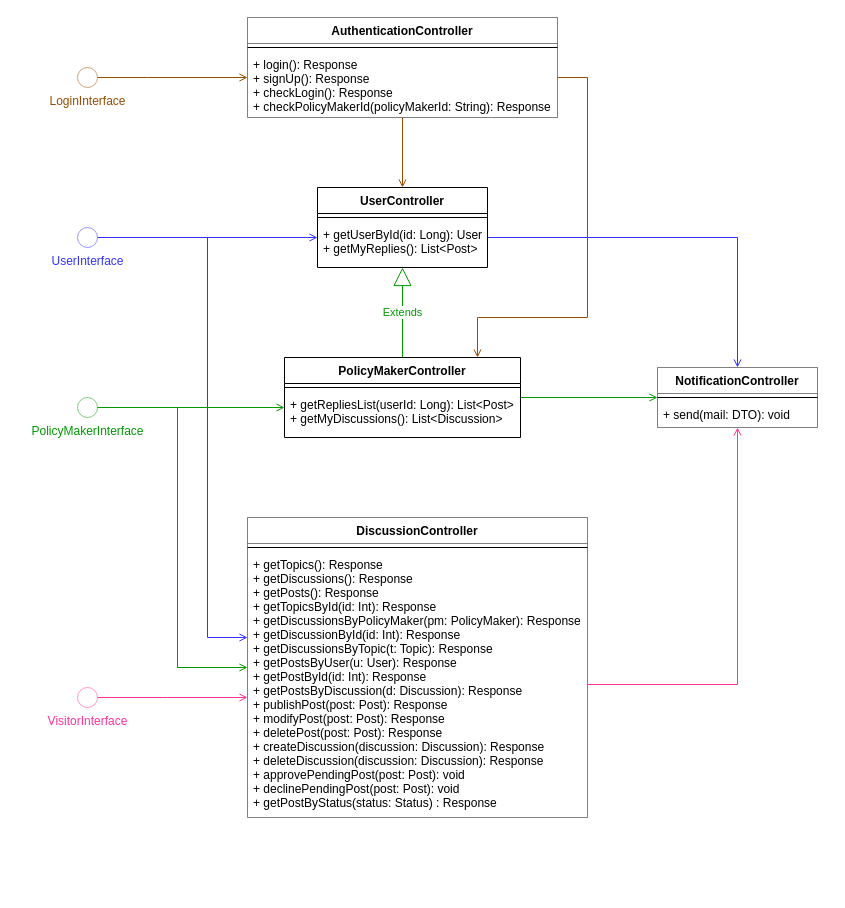
matteovisotto/SE2-CecchettoSirianiVisotto keeps this draw.io diagram as page "ComponentInterfaces" (1 of 2) of DD Diagrams/ComponentInterfaces.drawio. Above is the earlier version. Source tidied: cells renumbered, new cells numbered last; positions are measured from the earlier drawing's top-left corner, leaving out a move shared by most shapes. Both pictures are drawn from the tidied source at 100%, with x=0, y=0 at pixel (77, 17).
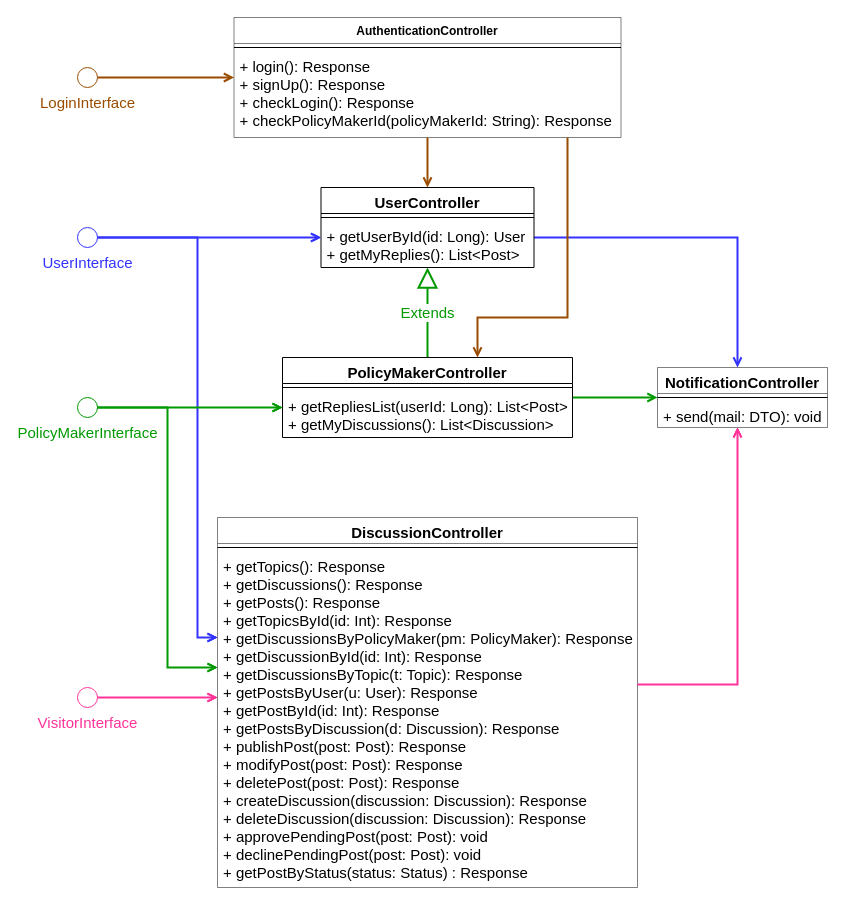
The same page after the edit.

What changed in the source:
```diff
@@
     <mxCell id="3" style="edgeStyle=orthogonalEdgeStyle;rounded=0;jettySize=auto;html=1;exitX=1;exitY=0.5;exitDx=0;exitDy=0;exitPerimeter=0;endArrow=open;endFill=0;strokeColor=#3333FF;" parent="1" edge="1" source="4" target="18">
       <mxGeometry relative="1" as="geometry">
         <Array as="points">
-          <mxPoint x="130" y="220" />
-          <mxPoint x="130" y="620" />
+          <mxPoint x="120" y="220" />
+          <mxPoint x="120" y="620" />
         </Array>
       </mxGeometry>
     </mxCell>
-    <mxCell id="4" value="&lt;font color=&quot;#3333ff&quot;&gt;UserInterface&lt;/font&gt;" style="verticalLabelPosition=bottom;verticalAlign=top;html=1;shape=mxgraph.flowchart.on-page_reference;strokeWidth=0.5;strokeColor=#3333FF;" parent="1" vertex="1">
+    <mxCell id="4" value="&lt;font color=&quot;#3333ff&quot; style=&quot;font-size: 15px&quot;&gt;UserInterface&lt;/font&gt;" style="verticalLabelPosition=bottom;verticalAlign=top;html=1;shape=mxgraph.flowchart.on-page_reference;strokeWidth=1;strokeColor=#3333FF;" parent="1" vertex="1">
       <mxGeometry y="210" width="20" height="20" as="geometry" />
     </mxCell>
@@
     <mxCell id="6" style="edgeStyle=orthogonalEdgeStyle;rounded=0;jettySize=auto;html=1;exitX=1;exitY=0.5;exitDx=0;exitDy=0;exitPerimeter=0;endArrow=open;endFill=0;strokeColor=#009900;" parent="1" edge="1" source="7" target="18">
       <mxGeometry relative="1" as="geometry">
         <Array as="points">
-          <mxPoint x="100" y="390" />
-          <mxPoint x="100" y="650" />
+          <mxPoint x="90" y="390" />
+          <mxPoint x="90" y="650" />
         </Array>
       </mxGeometry>
     </mxCell>
-    <mxCell id="7" value="&lt;font color=&quot;#009900&quot;&gt;PolicyMakerInterface&lt;/font&gt;" style="verticalLabelPosition=bottom;verticalAlign=top;html=1;shape=mxgraph.flowchart.on-page_reference;strokeWidth=0.5;strokeColor=#009900;" parent="1" vertex="1">
+    <mxCell id="7" value="&lt;font color=&quot;#009900&quot; style=&quot;font-size: 15px&quot;&gt;PolicyMakerInterface&lt;/font&gt;" style="verticalLabelPosition=bottom;verticalAlign=top;html=1;shape=mxgraph.flowchart.on-page_reference;strokeWidth=1;strokeColor=#009900;" parent="1" vertex="1">
       <mxGeometry y="380" width="20" height="20" as="geometry" />
     </mxCell>
-    <mxCell id="8" style="edgeStyle=orthogonalEdgeStyle;rounded=0;jettySize=auto;html=1;exitX=1;exitY=0.5;exitDx=0;exitDy=0;exitPerimeter=0;endArrow=open;endFill=0;strokeColor=#994C00;" parent="1" edge="1" source="9" target="21">
+    <mxCell id="8" style="edgeStyle=orthogonalEdgeStyle;rounded=0;jettySize=auto;html=1;exitX=1;exitY=0.5;exitDx=0;exitDy=0;exitPerimeter=0;endArrow=open;endFill=0;strokeColor=#994C00;strokeWidth=2;" parent="1" edge="1" source="9" target="21">
       <mxGeometry relative="1" as="geometry">
         <Array as="points">
           <mxPoint x="70" y="60" />
           <mxPoint x="70" y="60" />
         </Array>
       </mxGeometry>
     </mxCell>
-    <mxCell id="9" value="&lt;font color=&quot;#994c00&quot;&gt;LoginInterface&lt;/font&gt;" style="verticalLabelPosition=bottom;verticalAlign=top;html=1;shape=mxgraph.flowchart.on-page_reference;strokeWidth=0.5;strokeColor=#994C00;" parent="1" vertex="1">
+    <mxCell id="9" value="&lt;font color=&quot;#994c00&quot; style=&quot;font-size: 15px&quot;&gt;LoginInterface&lt;/font&gt;" style="verticalLabelPosition=bottom;verticalAlign=top;html=1;shape=mxgraph.flowchart.on-page_reference;strokeWidth=1;strokeColor=#994C00;" parent="1" vertex="1">
       <mxGeometry y="50" width="20" height="20" as="geometry" />
     </mxCell>
-    <mxCell id="10" style="edgeStyle=orthogonalEdgeStyle;rounded=0;jettySize=auto;html=1;endArrow=open;endFill=0;strokeColor=#3333FF;" parent="1" edge="1" source="26" target="11">
+    <mxCell id="10" style="edgeStyle=orthogonalEdgeStyle;rounded=0;jettySize=auto;html=1;endArrow=open;endFill=0;strokeColor=#3333FF;strokeWidth=2;" parent="1" edge="1" source="26" target="11">
       <mxGeometry relative="1" as="geometry">
         <Array as="points">
           <mxPoint x="660" y="220" />
         </Array>
       </mxGeometry>
     </mxCell>
-    <mxCell id="11" value="NotificationController" style="swimlane;fontStyle=1;align=center;verticalAlign=top;horizontal=1;startSize=26;strokeWidth=0.5;" parent="1" vertex="1">
-      <mxGeometry x="580" y="350" width="160" height="60" as="geometry" />
+    <mxCell id="11" value="NotificationController" style="swimlane;fontStyle=1;align=center;verticalAlign=top;horizontal=1;startSize=26;strokeWidth=0.5;fontSize=15;" parent="1" vertex="1">
+      <mxGeometry x="580" y="350" width="170" height="60" as="geometry" />
     </mxCell>
     <mxCell id="12" style="line;strokeWidth=1;fillColor=none;align=left;verticalAlign=middle;spacingTop=-1;spacingLeft=3;spacingRight=3;labelPosition=right;" parent="11" vertex="1">
-      <mxGeometry y="26" width="160" height="8" as="geometry" />
+      <mxGeometry y="26" width="170" height="8" as="geometry" />
     </mxCell>
-    <mxCell id="13" value="+ send(mail: DTO): void" style="text;strokeColor=none;fillColor=none;align=left;verticalAlign=top;spacingLeft=4;spacingRight=4;overflow=hidden;" parent="11" vertex="1">
-      <mxGeometry y="34" width="160" height="26" as="geometry" />
+    <mxCell id="13" value="+ send(mail: DTO): void" style="text;strokeColor=none;fillColor=none;align=left;verticalAlign=top;spacingLeft=4;spacingRight=4;overflow=hidden;fontSize=15;" parent="11" vertex="1">
+      <mxGeometry y="34" width="170" height="26" as="geometry" />
     </mxCell>
-    <mxCell id="14" value="&lt;font color=&quot;#009900&quot;&gt;Extends&lt;/font&gt;" style="endArrow=block;endSize=16;endFill=0;html=1;rounded=0;strokeColor=#009900;" parent="1" edge="1" source="29" target="26">
+    <mxCell id="14" value="&lt;font color=&quot;#009900&quot; style=&quot;font-size: 15px&quot;&gt;Extends&lt;/font&gt;" style="endArrow=block;endSize=16;endFill=0;html=1;rounded=0;strokeColor=#009900;strokeWidth=2;" parent="1" edge="1" source="29" target="26">
       <mxGeometry relative="1" as="geometry" />
     </mxCell>
-    <mxCell id="15" style="edgeStyle=orthogonalEdgeStyle;rounded=0;jettySize=auto;html=1;endArrow=open;endFill=0;strokeColor=#009900;" parent="1" edge="1" source="29" target="11">
+    <mxCell id="15" style="edgeStyle=orthogonalEdgeStyle;rounded=0;jettySize=auto;html=1;endArrow=open;endFill=0;strokeColor=#009900;strokeWidth=2;" parent="1" edge="1" source="29" target="11">
       <mxGeometry relative="1" as="geometry">
         <Array as="points">
           <mxPoint x="620" y="390" />
           <mxPoint x="620" y="390" />
         </Array>
       </mxGeometry>
     </mxCell>
-    <mxCell id="16" value="DiscussionController" style="swimlane;fontStyle=1;align=center;verticalAlign=top;horizontal=1;startSize=26;strokeWidth=0.5;" parent="1" vertex="1">
-      <mxGeometry x="170" y="500" width="340" height="300" as="geometry" />
+    <mxCell id="16" value="DiscussionController" style="swimlane;fontStyle=1;align=center;verticalAlign=top;horizontal=1;startSize=26;strokeWidth=0.5;fontSize=15;" parent="1" vertex="1">
+      <mxGeometry x="140" y="500" width="420" height="370" as="geometry" />
     </mxCell>
     <mxCell id="17" style="line;strokeWidth=1;fillColor=none;align=left;verticalAlign=middle;spacingTop=-1;spacingLeft=3;spacingRight=3;labelPosition=right;" parent="16" vertex="1">
-      <mxGeometry y="26" width="340" height="8" as="geometry" />
+      <mxGeometry y="26" width="420" height="8" as="geometry" />
     </mxCell>
-    <mxCell id="18" value="+ getTopics(): Response&#10;+ getDiscussions(): Response&#10;+ getPosts(): Response&#10;+ getTopicsById(id: Int): Response&#10;+ getDiscussionsByPolicyMaker(pm: PolicyMaker): Response&#10;+ getDiscussionById(id: Int): Response&#10;+ getDiscussionsByTopic(t: Topic): Response&#10;+ getPostsByUser(u: User): Response&#10;+ getPostById(id: Int): Response&#10;+ getPostsByDiscussion(d: Discussion): Response&#10;+ publishPost(post: Post): Response&#10;+ modifyPost(post: Post): Response&#10;+ deletePost(post: Post): Response&#10;+ createDiscussion(discussion: Discussion): Response&#10;+ deleteDiscussion(discussion: Discussion): Response&#10;+ approvePendingPost(post: Post): void&#10;+ declinePendingPost(post: Post): void&#10;+ getPostByStatus(status: Status) : Response" style="text;strokeColor=none;fillColor=none;align=left;verticalAlign=top;spacingLeft=4;spacingRight=4;overflow=hidden;points=[[0,0.5],[1,0.5]];portConstraint=eastwest;" parent="16" vertex="1">
-      <mxGeometry y="34" width="340" height="266" as="geometry" />
+    <mxCell id="18" value="+ getTopics(): Response&#10;+ getDiscussions(): Response&#10;+ getPosts(): Response&#10;+ getTopicsById(id: Int): Response&#10;+ getDiscussionsByPolicyMaker(pm: PolicyMaker): Response&#10;+ getDiscussionById(id: Int): Response&#10;+ getDiscussionsByTopic(t: Topic): Response&#10;+ getPostsByUser(u: User): Response&#10;+ getPostById(id: Int): Response&#10;+ getPostsByDiscussion(d: Discussion): Response&#10;+ publishPost(post: Post): Response&#10;+ modifyPost(post: Post): Response&#10;+ deletePost(post: Post): Response&#10;+ createDiscussion(discussion: Discussion): Response&#10;+ deleteDiscussion(discussion: Discussion): Response&#10;+ approvePendingPost(post: Post): void&#10;+ declinePendingPost(post: Post): void&#10;+ getPostByStatus(status: Status) : Response" style="text;strokeColor=none;fillColor=none;align=left;verticalAlign=top;spacingLeft=4;spacingRight=4;overflow=hidden;points=[[0,0.5],[1,0.5]];portConstraint=eastwest;fontSize=15;" parent="16" vertex="1">
+      <mxGeometry y="34" width="420" height="336" as="geometry" />
     </mxCell>
@@
-    <mxCell id="20" value="&lt;font color=&quot;#ff3399&quot;&gt;VisitorInterface&lt;/font&gt;" style="verticalLabelPosition=bottom;verticalAlign=top;html=1;shape=mxgraph.flowchart.on-page_reference;strokeWidth=0.5;strokeColor=#FF3399;" parent="1" vertex="1">
+    <mxCell id="20" value="&lt;font color=&quot;#ff3399&quot; style=&quot;font-size: 15px&quot;&gt;VisitorInterface&lt;/font&gt;" style="verticalLabelPosition=bottom;verticalAlign=top;html=1;shape=mxgraph.flowchart.on-page_reference;strokeWidth=1;strokeColor=#FF3399;" parent="1" vertex="1">
       <mxGeometry y="670" width="20" height="20" as="geometry" />
     </mxCell>
     <mxCell id="21" value="AuthenticationController" style="swimlane;fontStyle=1;align=center;verticalAlign=top;horizontal=1;startSize=26;strokeWidth=0.5;" parent="1" vertex="1">
-      <mxGeometry x="170" width="310" height="100" as="geometry" />
+      <mxGeometry x="156.5" width="387" height="120" as="geometry" />
     </mxCell>
     <mxCell id="22" style="line;strokeWidth=1;fillColor=none;align=left;verticalAlign=middle;spacingTop=-1;spacingLeft=3;spacingRight=3;labelPosition=right;" parent="21" vertex="1">
-      <mxGeometry y="26" width="310" height="8" as="geometry" />
+      <mxGeometry y="26" width="387" height="8" as="geometry" />
     </mxCell>
-    <mxCell id="23" value="+ login(): Response&#10;+ signUp(): Response&#10;+ checkLogin(): Response&#10;+ checkPolicyMakerId(policyMakerId: String): Response" style="text;strokeColor=none;fillColor=none;align=left;verticalAlign=top;spacingLeft=4;spacingRight=4;overflow=hidden;points=[[0,0.5],[1,0.5]];portConstraint=eastwest;" parent="21" vertex="1">
-      <mxGeometry y="34" width="310" height="66" as="geometry" />
+    <mxCell id="23" value="+ login(): Response&#10;+ signUp(): Response&#10;+ checkLogin(): Response&#10;+ checkPolicyMakerId(policyMakerId: String): Response" style="text;strokeColor=none;fillColor=none;align=left;verticalAlign=top;spacingLeft=4;spacingRight=4;overflow=hidden;points=[[0,0.5],[1,0.5]];portConstraint=eastwest;fontSize=15;" parent="21" vertex="1">
+      <mxGeometry y="34" width="387" height="86" as="geometry" />
     </mxCell>
-    <mxCell id="24" style="edgeStyle=orthogonalEdgeStyle;rounded=0;jettySize=auto;html=1;endArrow=open;endFill=0;strokeColor=#994C00;" parent="1" edge="1" source="23" target="26">
+    <mxCell id="24" style="edgeStyle=orthogonalEdgeStyle;rounded=0;jettySize=auto;html=1;endArrow=open;endFill=0;strokeColor=#994C00;strokeWidth=2;" parent="1" edge="1" source="23" target="26">
       <mxGeometry relative="1" as="geometry">
         <Array as="points">
           <mxPoint x="300" y="180" />
           <mxPoint x="300" y="180" />
         </Array>
       </mxGeometry>
     </mxCell>
-    <mxCell id="25" style="edgeStyle=orthogonalEdgeStyle;rounded=0;jettySize=auto;html=1;endArrow=open;endFill=0;strokeColor=#994C00;" parent="1" edge="1" source="23" target="29">
-      <mxGeometry relative="1" as="geometry">
-        <Array as="points">
-          <mxPoint x="510" y="60" />
-          <mxPoint x="510" y="300" />
-          <mxPoint x="400" y="300" />
-        </Array>
-      </mxGeometry>
-    </mxCell>
-    <mxCell id="26" value="UserController" style="swimlane;fontStyle=1;align=center;verticalAlign=top;horizontal=1;startSize=26;" parent="1" vertex="1">
-      <mxGeometry x="240" y="170" width="170" height="80" as="geometry" />
+    <mxCell id="26" value="UserController" style="swimlane;fontStyle=1;align=center;verticalAlign=top;horizontal=1;startSize=26;fontSize=15;" parent="1" vertex="1">
+      <mxGeometry x="243.5" y="170" width="213" height="80" as="geometry" />
     </mxCell>
     <mxCell id="27" style="line;strokeWidth=1;fillColor=none;align=left;verticalAlign=middle;spacingTop=-1;spacingLeft=3;spacingRight=3;labelPosition=right;" parent="26" vertex="1">
-      <mxGeometry y="26" width="170" height="8" as="geometry" />
+      <mxGeometry y="26" width="213" height="8" as="geometry" />
     </mxCell>
-    <mxCell id="28" value="+ getUserById(id: Long): User&#10;+ getMyReplies(): List&lt;Post&gt; " style="text;strokeColor=none;fillColor=none;align=left;verticalAlign=top;spacingLeft=4;spacingRight=4;overflow=hidden;" parent="26" vertex="1">
-      <mxGeometry y="34" width="170" height="46" as="geometry" />
+    <mxCell id="28" value="+ getUserById(id: Long): User&#10;+ getMyReplies(): List&lt;Post&gt; " style="text;strokeColor=none;fillColor=none;align=left;verticalAlign=top;spacingLeft=4;spacingRight=4;overflow=hidden;fontSize=15;" parent="26" vertex="1">
+      <mxGeometry y="34" width="213" height="46" as="geometry" />
     </mxCell>
-    <mxCell id="29" value="PolicyMakerController" style="swimlane;fontStyle=1;align=center;verticalAlign=top;horizontal=1;startSize=26;" parent="1" vertex="1">
-      <mxGeometry x="207" y="340" width="236" height="80" as="geometry" />
+    <mxCell id="29" value="PolicyMakerController" style="swimlane;fontStyle=1;align=center;verticalAlign=top;horizontal=1;startSize=26;fontSize=15;" parent="1" vertex="1">
+      <mxGeometry x="205" y="340" width="290" height="80" as="geometry" />
     </mxCell>
     <mxCell id="30" style="line;strokeWidth=1;fillColor=none;align=left;verticalAlign=middle;spacingTop=-1;spacingLeft=3;spacingRight=3;labelPosition=right;" parent="29" vertex="1">
-      <mxGeometry y="26" width="236" height="8" as="geometry" />
+      <mxGeometry y="26" width="290" height="8" as="geometry" />
     </mxCell>
-    <mxCell id="31" value="+ getRepliesList(userId: Long): List&lt;Post&gt;&#10;+ getMyDiscussions(): List&lt;Discussion&gt;" style="text;strokeColor=none;fillColor=none;align=left;verticalAlign=top;spacingLeft=4;spacingRight=4;overflow=hidden;" parent="29" vertex="1">
-      <mxGeometry y="34" width="236" height="46" as="geometry" />
+    <mxCell id="31" value="+ getRepliesList(userId: Long): List&lt;Post&gt;&#10;+ getMyDiscussions(): List&lt;Discussion&gt;" style="text;strokeColor=none;fillColor=none;align=left;verticalAlign=top;spacingLeft=4;spacingRight=4;overflow=hidden;fontSize=15;" parent="29" vertex="1">
+      <mxGeometry y="34" width="290" height="46" as="geometry" />
     </mxCell>
@@
+    <mxCell id="33" style="edgeStyle=orthogonalEdgeStyle;rounded=0;orthogonalLoop=1;jettySize=auto;html=1;exitX=1;exitY=0.5;exitDx=0;exitDy=0;exitPerimeter=0;endArrow=open;endFill=0;strokeColor=#3333FF;" parent="1" edge="1">
+      <mxGeometry relative="1" as="geometry">
+        <mxPoint x="20" y="220" as="sourcePoint" />
+        <mxPoint x="140" y="620" as="targetPoint" />
+        <Array as="points">
+          <mxPoint x="120" y="220" />
+          <mxPoint x="120" y="620" />
+        </Array>
+      </mxGeometry>
+    </mxCell>
+    <mxCell id="34" style="edgeStyle=orthogonalEdgeStyle;rounded=0;orthogonalLoop=1;jettySize=auto;html=1;exitX=1;exitY=0.5;exitDx=0;exitDy=0;exitPerimeter=0;endArrow=open;endFill=0;strokeColor=#3333FF;" parent="1" edge="1">
+      <mxGeometry relative="1" as="geometry">
+        <mxPoint x="20" y="220" as="sourcePoint" />
+        <mxPoint x="243.5" y="220" as="targetPoint" />
+        <Array as="points">
+          <mxPoint x="230" y="220" />
+          <mxPoint x="230" y="220" />
+        </Array>
+      </mxGeometry>
+    </mxCell>
+    <mxCell id="35" style="edgeStyle=orthogonalEdgeStyle;rounded=0;orthogonalLoop=1;jettySize=auto;html=1;exitX=1;exitY=0.5;exitDx=0;exitDy=0;exitPerimeter=0;endArrow=open;endFill=0;strokeColor=#009900;" parent="1" edge="1">
+      <mxGeometry relative="1" as="geometry">
+        <mxPoint x="20" y="390" as="sourcePoint" />
+        <mxPoint x="205" y="390" as="targetPoint" />
+        <Array as="points">
+          <mxPoint x="20" y="390" />
+        </Array>
+      </mxGeometry>
+    </mxCell>
+    <mxCell id="36" style="edgeStyle=orthogonalEdgeStyle;rounded=0;orthogonalLoop=1;jettySize=auto;html=1;exitX=1;exitY=0.5;exitDx=0;exitDy=0;exitPerimeter=0;endArrow=open;endFill=0;strokeColor=#009900;" parent="1" edge="1">
+      <mxGeometry relative="1" as="geometry">
+        <mxPoint x="20" y="390" as="sourcePoint" />
+        <mxPoint x="140" y="650" as="targetPoint" />
+        <Array as="points">
+          <mxPoint x="90" y="390" />
+          <mxPoint x="90" y="650" />
+        </Array>
+      </mxGeometry>
+    </mxCell>
+    <mxCell id="37" style="edgeStyle=orthogonalEdgeStyle;rounded=0;orthogonalLoop=1;jettySize=auto;html=1;exitX=1;exitY=0.5;exitDx=0;exitDy=0;exitPerimeter=0;endArrow=open;endFill=0;strokeColor=#FF3399;" parent="1" edge="1">
+      <mxGeometry relative="1" as="geometry">
+        <mxPoint x="20" y="680" as="sourcePoint" />
+        <mxPoint x="140" y="680" as="targetPoint" />
+        <Array as="points">
+          <mxPoint x="90" y="680" />
+          <mxPoint x="90" y="680" />
+        </Array>
+      </mxGeometry>
+    </mxCell>
+    <mxCell id="38" style="edgeStyle=orthogonalEdgeStyle;rounded=0;orthogonalLoop=1;jettySize=auto;html=1;endArrow=open;endFill=0;strokeColor=#FF3399;" parent="1" edge="1">
+      <mxGeometry relative="1" as="geometry">
+        <mxPoint x="560" y="667" as="sourcePoint" />
+        <mxPoint x="660" y="410" as="targetPoint" />
+        <Array as="points">
+          <mxPoint x="660" y="667" />
+        </Array>
+      </mxGeometry>
+    </mxCell>
+    <mxCell id="39" style="edgeStyle=orthogonalEdgeStyle;rounded=0;orthogonalLoop=1;jettySize=auto;html=1;exitX=1;exitY=0.5;exitDx=0;exitDy=0;exitPerimeter=0;endArrow=open;endFill=0;strokeColor=#3333FF;strokeWidth=2;" parent="1" edge="1">
+      <mxGeometry relative="1" as="geometry">
+        <mxPoint x="20" y="220" as="sourcePoint" />
+        <mxPoint x="140" y="620" as="targetPoint" />
+        <Array as="points">
+          <mxPoint x="120" y="220" />
+          <mxPoint x="120" y="620" />
+        </Array>
+      </mxGeometry>
+    </mxCell>
+    <mxCell id="40" style="edgeStyle=orthogonalEdgeStyle;rounded=0;orthogonalLoop=1;jettySize=auto;html=1;exitX=1;exitY=0.5;exitDx=0;exitDy=0;exitPerimeter=0;endArrow=open;endFill=0;strokeColor=#3333FF;strokeWidth=2;" parent="1" edge="1">
+      <mxGeometry relative="1" as="geometry">
+        <mxPoint x="20" y="220" as="sourcePoint" />
+        <mxPoint x="243.5" y="220" as="targetPoint" />
+        <Array as="points">
+          <mxPoint x="230" y="220" />
+          <mxPoint x="230" y="220" />
+        </Array>
+      </mxGeometry>
+    </mxCell>
+    <mxCell id="41" style="edgeStyle=orthogonalEdgeStyle;rounded=0;orthogonalLoop=1;jettySize=auto;html=1;exitX=1;exitY=0.5;exitDx=0;exitDy=0;exitPerimeter=0;endArrow=open;endFill=0;strokeColor=#009900;strokeWidth=2;" parent="1" edge="1">
+      <mxGeometry relative="1" as="geometry">
+        <mxPoint x="20" y="390" as="sourcePoint" />
+        <mxPoint x="205" y="390" as="targetPoint" />
+        <Array as="points">
+          <mxPoint x="20" y="390" />
+        </Array>
+      </mxGeometry>
+    </mxCell>
+    <mxCell id="42" style="edgeStyle=orthogonalEdgeStyle;rounded=0;orthogonalLoop=1;jettySize=auto;html=1;exitX=1;exitY=0.5;exitDx=0;exitDy=0;exitPerimeter=0;endArrow=open;endFill=0;strokeColor=#009900;strokeWidth=2;" parent="1" edge="1">
+      <mxGeometry relative="1" as="geometry">
+        <mxPoint x="20" y="390" as="sourcePoint" />
+        <mxPoint x="140" y="650" as="targetPoint" />
+        <Array as="points">
+          <mxPoint x="90" y="390" />
+          <mxPoint x="90" y="650" />
+        </Array>
+      </mxGeometry>
+    </mxCell>
+    <mxCell id="43" style="edgeStyle=orthogonalEdgeStyle;rounded=0;orthogonalLoop=1;jettySize=auto;html=1;exitX=1;exitY=0.5;exitDx=0;exitDy=0;exitPerimeter=0;endArrow=open;endFill=0;strokeColor=#FF3399;strokeWidth=2;" parent="1" edge="1">
+      <mxGeometry relative="1" as="geometry">
+        <mxPoint x="20" y="680" as="sourcePoint" />
+        <mxPoint x="140" y="680" as="targetPoint" />
+        <Array as="points">
+          <mxPoint x="90" y="680" />
+          <mxPoint x="90" y="680" />
+        </Array>
+      </mxGeometry>
+    </mxCell>
+    <mxCell id="44" style="edgeStyle=orthogonalEdgeStyle;rounded=0;orthogonalLoop=1;jettySize=auto;html=1;endArrow=open;endFill=0;strokeColor=#FF3399;strokeWidth=2;" parent="1" edge="1">
+      <mxGeometry relative="1" as="geometry">
+        <mxPoint x="560" y="667" as="sourcePoint" />
+        <mxPoint x="660" y="410" as="targetPoint" />
+        <Array as="points">
+          <mxPoint x="660" y="667" />
+        </Array>
+      </mxGeometry>
+    </mxCell>
+    <mxCell id="45" style="edgeStyle=orthogonalEdgeStyle;rounded=0;jettySize=auto;html=1;endArrow=open;endFill=0;strokeColor=#994C00;strokeWidth=2;" parent="1" edge="1" source="21">
+      <mxGeometry relative="1" as="geometry">
+        <mxPoint x="400" y="340" as="targetPoint" />
+        <Array as="points">
+          <mxPoint x="490" y="300" />
+          <mxPoint x="400" y="300" />
+        </Array>
+      </mxGeometry>
+    </mxCell>
```
